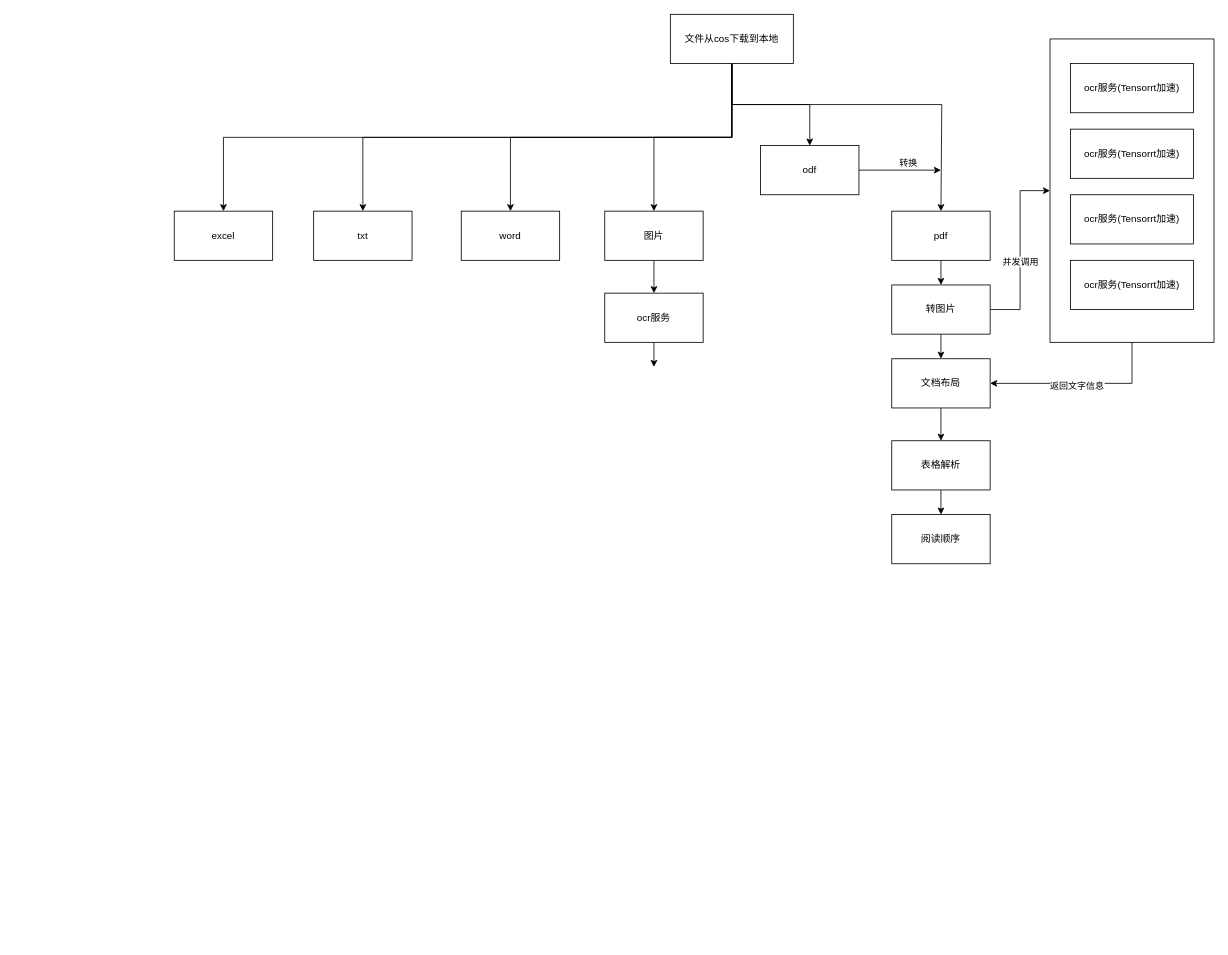
Above: 知识库二期文档处理切片流程.drawio in archwolf118/AI (draw.io), before the change. Source tidied: cells renumbered, new cells numbered last; positions are measured from the earlier drawing's top-left corner, leaving out a move shared by most shapes. Both pictures are drawn from the tidied source at 82%, with x=0, y=0 at pixel (174, 14).
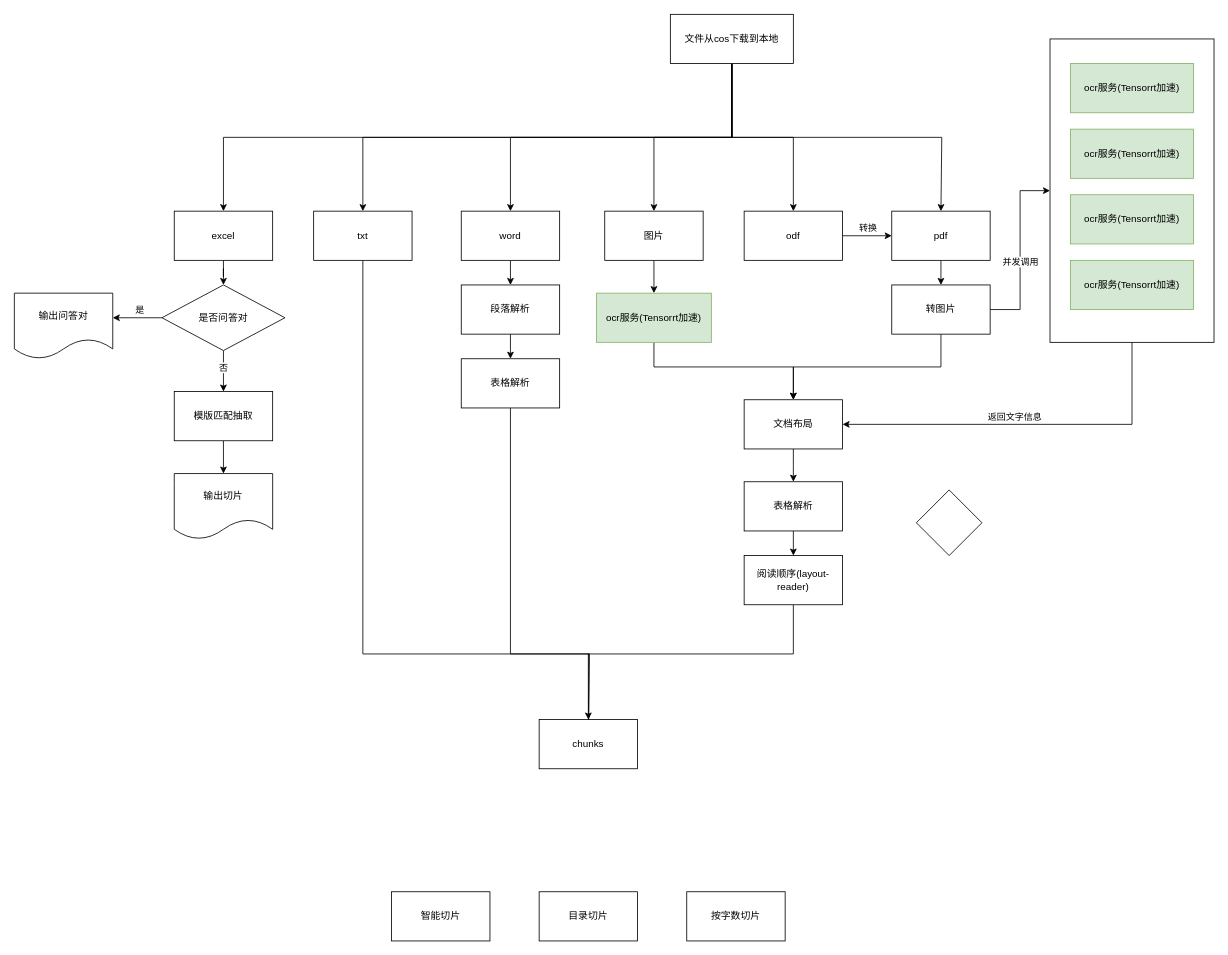
The same page after the edit.

Commit message:
Update 知识库二期文档处理切片流程.drawio

Unchanged cells that the change refers to:
```xml
<mxCell id="8" value="文件从cos下载到本地" style="rounded=0;whiteSpace=wrap;html=1;" parent="1" vertex="1">
  <mxGeometry x="605" width="150" height="60" as="geometry" />
</mxCell>
<mxCell id="9" value="excel" style="rounded=0;whiteSpace=wrap;html=1;" parent="1" vertex="1">
  <mxGeometry y="240" width="120" height="60" as="geometry" />
</mxCell>
<mxCell id="11" value="pdf" style="rounded=0;whiteSpace=wrap;html=1;" parent="1" vertex="1">
  <mxGeometry x="875" y="240" width="120" height="60" as="geometry" />
</mxCell>
<mxCell id="19" value="txt" style="rounded=0;whiteSpace=wrap;html=1;" parent="1" vertex="1">
  <mxGeometry x="170" y="240" width="120" height="60" as="geometry" />
</mxCell>
<mxCell id="20" value="word" style="rounded=0;whiteSpace=wrap;html=1;" parent="1" vertex="1">
  <mxGeometry x="350" y="240" width="120" height="60" as="geometry" />
</mxCell>
<mxCell id="25" style="group;" parent="1" vertex="1">
  <mxGeometry x="1068" y="30" width="200" height="370" as="geometry" />
</mxCell>
<mxCell id="31" style="edgeStyle=orthogonalEdgeStyle;rounded=0;jettySize=auto;html=1;exitX=0.5;exitY=1;exitDx=0;exitDy=0;entryX=1;entryY=0.5;entryDx=0;entryDy=0;" parent="1" edge="1" source="26" target="24">
  <mxGeometry relative="1" as="geometry" />
</mxCell>
```

Change to the diagram source:
```diff
@@
     <mxCell id="3" style="edgeStyle=orthogonalEdgeStyle;rounded=0;jettySize=auto;html=1;exitX=0.5;exitY=1;exitDx=0;exitDy=0;" parent="1" edge="1" source="8">
       <mxGeometry relative="1" as="geometry">
         <mxPoint x="935" y="240" as="targetPoint" />
         <Array as="points">
-          <mxPoint x="680" y="110" />
-          <mxPoint x="936" y="110" />
+          <mxPoint x="680" y="150" />
+          <mxPoint x="936" y="150" />
         </Array>
       </mxGeometry>
     </mxCell>
@@
+    <mxCell id="38" style="edgeStyle=orthogonalEdgeStyle;rounded=0;jettySize=auto;html=1;exitX=0.5;exitY=1;exitDx=0;exitDy=0;" parent="1" edge="1" source="9" target="53">
+      <mxGeometry relative="1" as="geometry" />
+    </mxCell>
@@
-    <mxCell id="12" style="edgeStyle=orthogonalEdgeStyle;rounded=0;jettySize=auto;html=1;exitX=1;exitY=0.5;exitDx=0;exitDy=0;" parent="1" edge="1" source="14">
-      <mxGeometry relative="1" as="geometry">
-        <mxPoint x="935" y="190" as="targetPoint" />
-      </mxGeometry>
-    </mxCell>
+    <mxCell id="39" style="edgeStyle=orthogonalEdgeStyle;rounded=0;jettySize=auto;html=1;exitX=1;exitY=0.5;exitDx=0;exitDy=0;entryX=0;entryY=0.5;entryDx=0;entryDy=0;" parent="1" edge="1" source="14" target="11">
+      <mxGeometry relative="1" as="geometry" />
+    </mxCell>
-    <mxCell id="13" value="转换" style="edgeLabel;html=1;align=center;verticalAlign=middle;" parent="12" vertex="1">
-      <mxGeometry x="0.2" y="-1" relative="1" as="geometry">
-        <mxPoint y="-11" as="offset" />
+    <mxCell id="13" value="转换" style="edgeLabel;html=1;align=center;verticalAlign=middle;" parent="39" vertex="1">
+      <mxGeometry x="-0.13" relative="1" as="geometry">
+        <mxPoint x="4" y="-10" as="offset" />
       </mxGeometry>
     </mxCell>
     <mxCell id="14" value="odf" style="rounded=0;whiteSpace=wrap;html=1;" parent="1" vertex="1">
-      <mxGeometry x="715" y="160" width="120" height="60" as="geometry" />
+      <mxGeometry x="695" y="240" width="120" height="60" as="geometry" />
     </mxCell>
@@
+    <mxCell id="40" style="edgeStyle=orthogonalEdgeStyle;rounded=0;jettySize=auto;html=1;exitX=0.5;exitY=1;exitDx=0;exitDy=0;" parent="1" edge="1" source="19">
+      <mxGeometry relative="1" as="geometry">
+        <mxPoint x="505" y="900" as="targetPoint" />
+        <Array as="points">
+          <mxPoint x="230" y="780" />
+          <mxPoint x="506" y="780" />
+        </Array>
+      </mxGeometry>
+    </mxCell>
@@
+    <mxCell id="41" style="edgeStyle=orthogonalEdgeStyle;rounded=0;jettySize=auto;html=1;exitX=0.5;exitY=1;exitDx=0;exitDy=0;entryX=0.5;entryY=0;entryDx=0;entryDy=0;" parent="1" edge="1" source="20" target="45">
+      <mxGeometry relative="1" as="geometry" />
+    </mxCell>
@@
     <mxCell id="23" style="edgeStyle=orthogonalEdgeStyle;rounded=0;jettySize=auto;html=1;exitX=0.5;exitY=1;exitDx=0;exitDy=0;" parent="1" edge="1" source="24">
       <mxGeometry relative="1" as="geometry">
-        <mxPoint x="935" y="520" as="targetPoint" />
+        <mxPoint x="755" y="570" as="targetPoint" />
       </mxGeometry>
     </mxCell>
     <mxCell id="24" value="文档布局" style="rounded=0;whiteSpace=wrap;html=1;" parent="1" vertex="1">
-      <mxGeometry x="875" y="420" width="120" height="60" as="geometry" />
+      <mxGeometry x="695" y="470" width="120" height="60" as="geometry" />
     </mxCell>
@@
-    <mxCell id="27" value="ocr服务(Tensorrt加速)" style="rounded=0;whiteSpace=wrap;html=1;" parent="25" vertex="1">
+    <mxCell id="27" value="ocr服务(Tensorrt加速)" style="rounded=0;whiteSpace=wrap;html=1;fillColor=#d5e8d4;strokeColor=#82b366;" parent="25" vertex="1">
       <mxGeometry x="25" y="30" width="150" height="60" as="geometry" />
     </mxCell>
-    <mxCell id="28" value="ocr服务(Tensorrt加速)" style="rounded=0;whiteSpace=wrap;html=1;" parent="25" vertex="1">
+    <mxCell id="28" value="ocr服务(Tensorrt加速)" style="rounded=0;whiteSpace=wrap;html=1;fillColor=#d5e8d4;strokeColor=#82b366;" parent="25" vertex="1">
       <mxGeometry x="25" y="110" width="150" height="60" as="geometry" />
     </mxCell>
-    <mxCell id="29" value="ocr服务(Tensorrt加速)" style="rounded=0;whiteSpace=wrap;html=1;" parent="25" vertex="1">
+    <mxCell id="29" value="ocr服务(Tensorrt加速)" style="rounded=0;whiteSpace=wrap;html=1;fillColor=#d5e8d4;strokeColor=#82b366;" parent="25" vertex="1">
       <mxGeometry x="25" y="190" width="150" height="60" as="geometry" />
     </mxCell>
-    <mxCell id="30" value="ocr服务(Tensorrt加速)" style="rounded=0;whiteSpace=wrap;html=1;" parent="25" vertex="1">
+    <mxCell id="30" value="ocr服务(Tensorrt加速)" style="rounded=0;whiteSpace=wrap;html=1;fillColor=#d5e8d4;strokeColor=#82b366;" parent="25" vertex="1">
       <mxGeometry x="25" y="270" width="150" height="60" as="geometry" />
     </mxCell>
@@
     <mxCell id="32" value="返回文字信息" style="edgeLabel;html=1;align=center;verticalAlign=middle;" parent="31" vertex="1">
-      <mxGeometry x="0.06" y="2" relative="1" as="geometry" />
+      <mxGeometry x="0.06" y="2" relative="1" as="geometry">
+        <mxPoint x="-4" y="-12" as="offset" />
+      </mxGeometry>
     </mxCell>
@@
     <mxCell id="34" value="表格解析" style="rounded=0;whiteSpace=wrap;html=1;" parent="1" vertex="1">
-      <mxGeometry x="875" y="520" width="120" height="60" as="geometry" />
+      <mxGeometry x="695" y="570" width="120" height="60" as="geometry" />
     </mxCell>
+    <mxCell id="42" style="edgeStyle=orthogonalEdgeStyle;rounded=0;jettySize=auto;html=1;exitX=0.5;exitY=1;exitDx=0;exitDy=0;" parent="1" edge="1" source="35" target="48">
+      <mxGeometry relative="1" as="geometry">
+        <Array as="points">
+          <mxPoint x="755" y="780" />
+          <mxPoint x="505" y="780" />
+        </Array>
+      </mxGeometry>
+    </mxCell>
-    <mxCell id="35" value="阅读顺序" style="rounded=0;whiteSpace=wrap;html=1;" parent="1" vertex="1">
-      <mxGeometry x="875" y="610" width="120" height="60" as="geometry" />
+    <mxCell id="35" value="阅读顺序(layout-reader&lt;span style=&quot;background-color: initial;&quot;&gt;)&lt;/span&gt;" style="rounded=0;whiteSpace=wrap;html=1;" parent="1" vertex="1">
+      <mxGeometry x="695" y="660" width="120" height="60" as="geometry" />
     </mxCell>
-    <mxCell id="36" style="edgeStyle=orthogonalEdgeStyle;rounded=0;jettySize=auto;html=1;exitX=0.5;exitY=1;exitDx=0;exitDy=0;" parent="1" edge="1" source="37">
-      <mxGeometry relative="1" as="geometry">
-        <mxPoint x="585" y="430" as="targetPoint" />
-      </mxGeometry>
-    </mxCell>
+    <mxCell id="43" style="edgeStyle=orthogonalEdgeStyle;rounded=0;jettySize=auto;html=1;exitX=0.5;exitY=1;exitDx=0;exitDy=0;entryX=0.5;entryY=0;entryDx=0;entryDy=0;" parent="1" edge="1" source="37" target="24">
+      <mxGeometry relative="1" as="geometry">
+        <Array as="points">
+          <mxPoint x="585" y="430" />
+          <mxPoint x="755" y="430" />
+        </Array>
+      </mxGeometry>
+    </mxCell>
-    <mxCell id="37" value="ocr服务" style="rounded=0;whiteSpace=wrap;html=1;" parent="1" vertex="1">
-      <mxGeometry x="525" y="340" width="120" height="60" as="geometry" />
+    <mxCell id="37" value="ocr服务(Tensorrt加速)" style="rounded=0;whiteSpace=wrap;html=1;fillColor=#d5e8d4;strokeColor=#82b366;" parent="1" vertex="1">
+      <mxGeometry x="515" y="340" width="140" height="60" as="geometry" />
     </mxCell>
+    <mxCell id="44" style="edgeStyle=orthogonalEdgeStyle;rounded=0;jettySize=auto;html=1;exitX=0.5;exitY=1;exitDx=0;exitDy=0;entryX=0.5;entryY=0;entryDx=0;entryDy=0;" parent="1" edge="1" source="45" target="47">
+      <mxGeometry relative="1" as="geometry" />
+    </mxCell>
+    <mxCell id="45" value="段落解析" style="rounded=0;whiteSpace=wrap;html=1;" parent="1" vertex="1">
+      <mxGeometry x="350" y="330" width="120" height="60" as="geometry" />
+    </mxCell>
+    <mxCell id="46" style="edgeStyle=orthogonalEdgeStyle;rounded=0;jettySize=auto;html=1;exitX=0.5;exitY=1;exitDx=0;exitDy=0;" parent="1" edge="1" source="47">
+      <mxGeometry relative="1" as="geometry">
+        <mxPoint x="505" y="900" as="targetPoint" />
+        <Array as="points">
+          <mxPoint x="410" y="780" />
+          <mxPoint x="506" y="780" />
+        </Array>
+      </mxGeometry>
+    </mxCell>
+    <mxCell id="47" value="表格解析" style="rounded=0;whiteSpace=wrap;html=1;" parent="1" vertex="1">
+      <mxGeometry x="350" y="420" width="120" height="60" as="geometry" />
+    </mxCell>
+    <mxCell id="48" value="chunks" style="rounded=0;whiteSpace=wrap;html=1;" parent="1" vertex="1">
+      <mxGeometry x="445" y="860" width="120" height="60" as="geometry" />
+    </mxCell>
+    <mxCell id="49" style="edgeStyle=orthogonalEdgeStyle;rounded=0;jettySize=auto;html=1;exitX=0;exitY=0.5;exitDx=0;exitDy=0;" parent="1" edge="1" source="53">
+      <mxGeometry relative="1" as="geometry">
+        <mxPoint x="-75" y="370" as="targetPoint" />
+      </mxGeometry>
+    </mxCell>
+    <mxCell id="50" value="是" style="edgeLabel;html=1;align=center;verticalAlign=middle;" parent="49" vertex="1">
+      <mxGeometry x="-0.07" y="-6" relative="1" as="geometry">
+        <mxPoint y="-4" as="offset" />
+      </mxGeometry>
+    </mxCell>
+    <mxCell id="51" style="edgeStyle=orthogonalEdgeStyle;rounded=0;jettySize=auto;html=1;exitX=0.5;exitY=1;exitDx=0;exitDy=0;" parent="1" edge="1" source="53">
+      <mxGeometry relative="1" as="geometry">
+        <mxPoint x="60" y="460" as="targetPoint" />
+      </mxGeometry>
+    </mxCell>
+    <mxCell id="52" value="否" style="edgeLabel;html=1;align=center;verticalAlign=middle;" parent="51" vertex="1">
+      <mxGeometry x="-0.21" y="-1" relative="1" as="geometry" />
+    </mxCell>
+    <mxCell id="53" value="是否问答对" style="rhombus;whiteSpace=wrap;html=1;" parent="1" vertex="1">
+      <mxGeometry x="-15" y="330" width="150" height="80" as="geometry" />
+    </mxCell>
+    <mxCell id="54" style="edgeStyle=orthogonalEdgeStyle;rounded=0;jettySize=auto;html=1;exitX=0.5;exitY=1;exitDx=0;exitDy=0;entryX=0.5;entryY=0;entryDx=0;entryDy=0;" parent="1" edge="1" source="55" target="56">
+      <mxGeometry relative="1" as="geometry" />
+    </mxCell>
+    <mxCell id="55" value="模版匹配抽取" style="rounded=0;whiteSpace=wrap;html=1;" parent="1" vertex="1">
+      <mxGeometry y="460" width="120" height="60" as="geometry" />
+    </mxCell>
+    <mxCell id="56" value="输出切片" style="shape=document;whiteSpace=wrap;html=1;boundedLbl=1;" parent="1" vertex="1">
+      <mxGeometry y="560" width="120" height="80" as="geometry" />
+    </mxCell>
+    <mxCell id="57" value="输出问答对" style="shape=document;whiteSpace=wrap;html=1;boundedLbl=1;" parent="1" vertex="1">
+      <mxGeometry x="-195" y="340" width="120" height="80" as="geometry" />
+    </mxCell>
+    <mxCell id="58" value="目录切片" style="rounded=0;whiteSpace=wrap;html=1;" parent="1" vertex="1">
+      <mxGeometry x="445" y="1070" width="120" height="60" as="geometry" />
+    </mxCell>
+    <mxCell id="59" value="智能切片" style="rounded=0;whiteSpace=wrap;html=1;" parent="1" vertex="1">
+      <mxGeometry x="265" y="1070" width="120" height="60" as="geometry" />
+    </mxCell>
+    <mxCell id="60" value="按字数切片" style="rounded=0;whiteSpace=wrap;html=1;" parent="1" vertex="1">
+      <mxGeometry x="625" y="1070" width="120" height="60" as="geometry" />
+    </mxCell>
+    <mxCell id="61" style="rhombus;whiteSpace=wrap;html=1;" parent="1" vertex="1">
+      <mxGeometry x="905" y="580" width="80" height="80" as="geometry" />
+    </mxCell>
```
